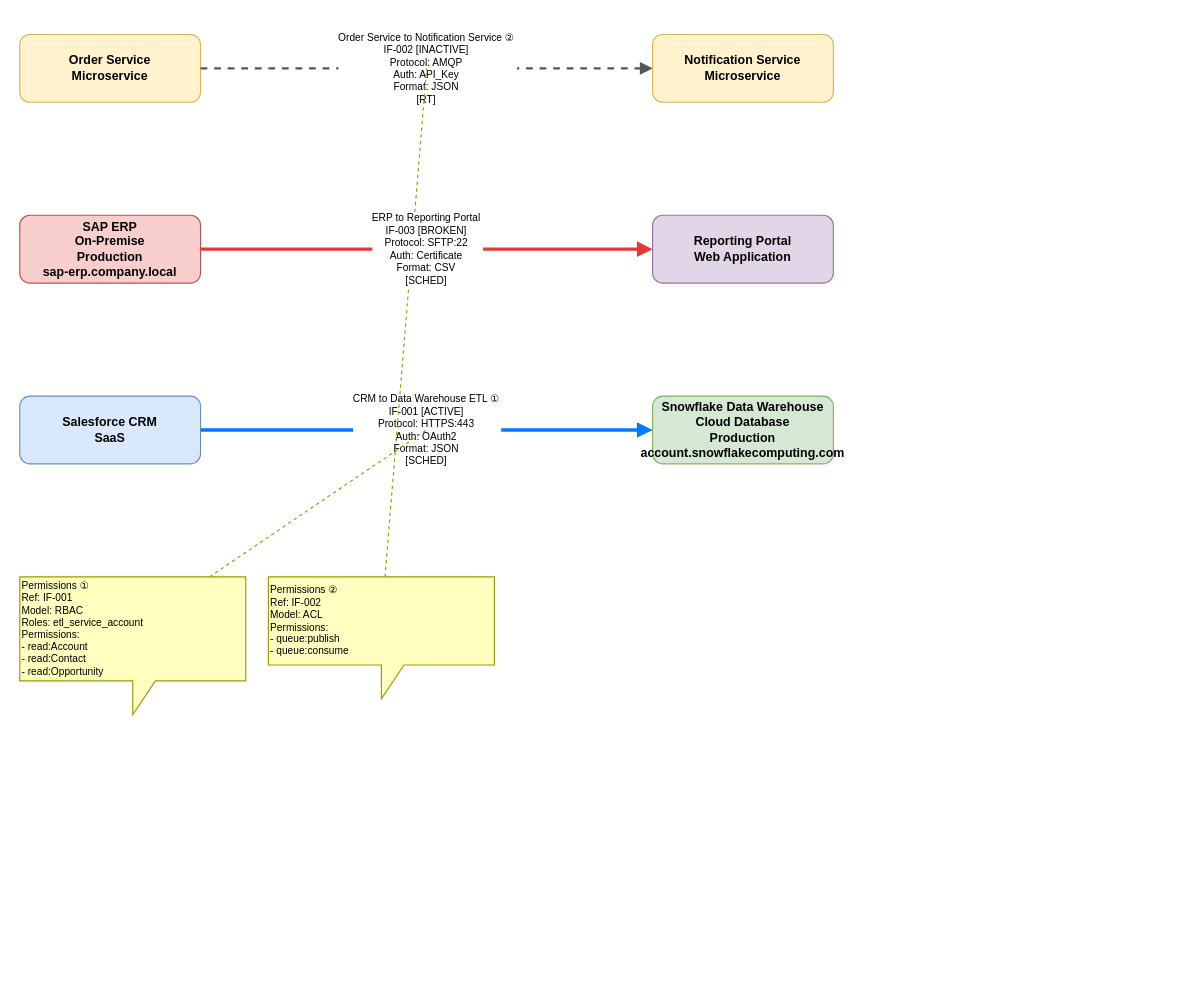
Above: interfaces.drawio in joshuamfrancis/Wikis (draw.io), before the change. Source tidied: cells renumbered, new cells numbered last; positions are measured from the earlier drawing's top-left corner, leaving out a move shared by most shapes. Both pictures are drawn from the tidied source at 113%, with x=0, y=0 at pixel (19, 34).
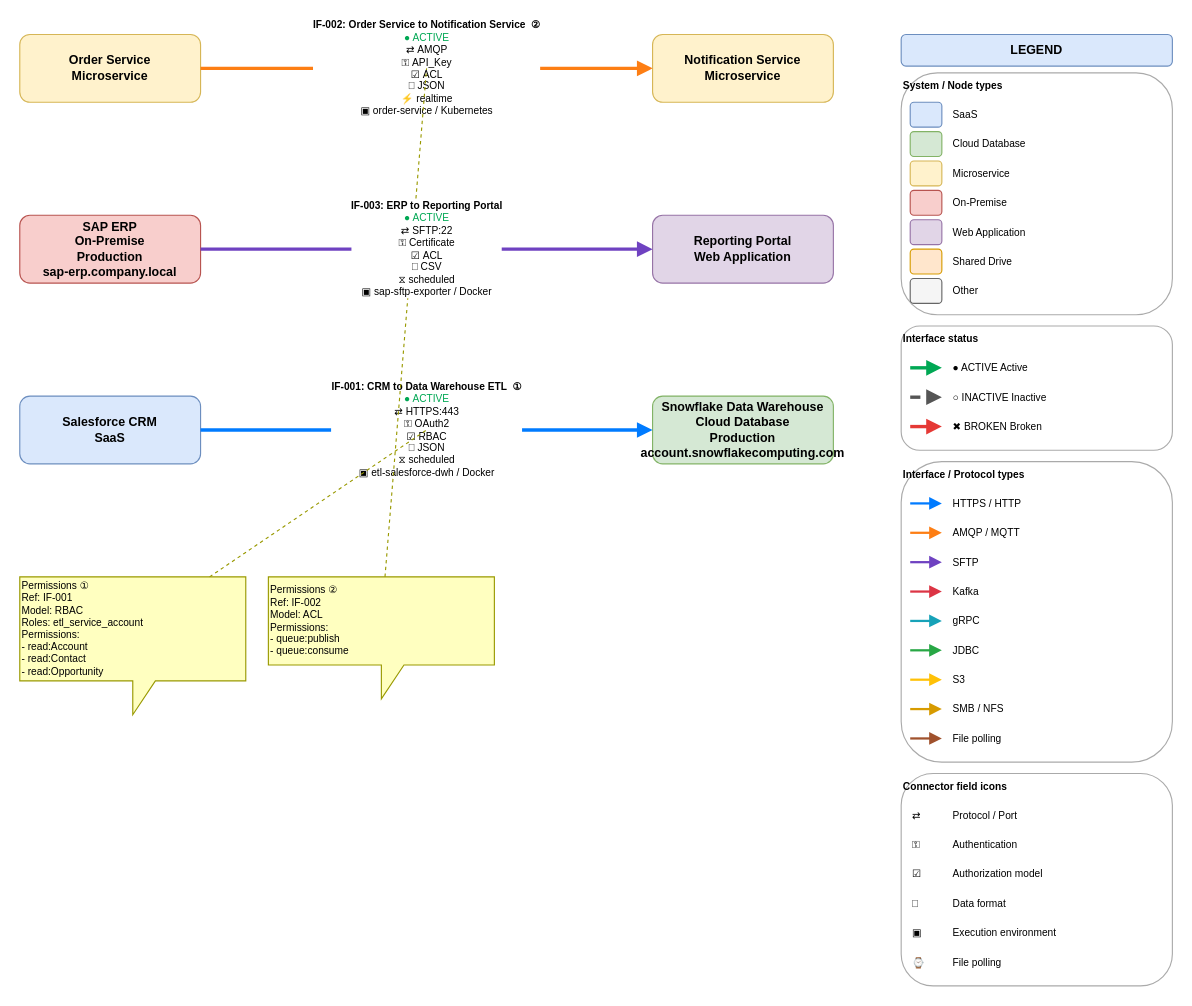
The same page after the edit.

The change refers to these unchanged cells:
```xml
<mxCell id="2" value="Salesforce CRM&#10;SaaS" style="rounded=1;whiteSpace=wrap;html=0;fillColor=#dae8fc;strokeColor=#6c8ebf;fontStyle=1;fontSize=11;" parent="1" vertex="1">
  <mxGeometry y="320" width="160" height="60" as="geometry" />
</mxCell>
<mxCell id="3" value="Snowflake Data Warehouse&#10;Cloud Database&#10;Production&#10;account.snowflakecomputing.com" style="rounded=1;whiteSpace=wrap;html=0;fillColor=#d5e8d4;strokeColor=#82b366;fontStyle=1;fontSize=11;" parent="1" vertex="1">
  <mxGeometry x="560" y="320" width="160" height="60" as="geometry" />
</mxCell>
<mxCell id="4" value="Order Service&#10;Microservice" style="rounded=1;whiteSpace=wrap;html=0;fillColor=#fff2cc;strokeColor=#d6b656;fontStyle=1;fontSize=11;" parent="1" vertex="1">
  <mxGeometry width="160" height="60" as="geometry" />
</mxCell>
<mxCell id="5" value="Notification Service&#10;Microservice" style="rounded=1;whiteSpace=wrap;html=0;fillColor=#fff2cc;strokeColor=#d6b656;fontStyle=1;fontSize=11;" parent="1" vertex="1">
  <mxGeometry x="560" width="160" height="60" as="geometry" />
</mxCell>
<mxCell id="6" value="SAP ERP&#10;On-Premise&#10;Production&#10;sap-erp.company.local" style="rounded=1;whiteSpace=wrap;html=0;fillColor=#f8cecc;strokeColor=#b85450;fontStyle=1;fontSize=11;" parent="1" vertex="1">
  <mxGeometry y="160" width="160" height="60" as="geometry" />
</mxCell>
<mxCell id="7" value="Reporting Portal&#10;Web Application" style="rounded=1;whiteSpace=wrap;html=0;fillColor=#e1d5e7;strokeColor=#9673a6;fontStyle=1;fontSize=11;" parent="1" vertex="1">
  <mxGeometry x="560" y="160" width="160" height="60" as="geometry" />
</mxCell>
```

Diff of the diagram source:
```diff
@@
-    <mxCell id="8" value="CRM to Data Warehouse ETL  ①&#10;IF-001  [ACTIVE]&#10;Protocol: HTTPS:443&#10;Auth: OAuth2&#10;Format: JSON&#10;[SCHED]" style="edgeStyle=orthogonalEdgeStyle;rounded=1;jettySize=auto;strokeColor=#007bff;strokeWidth=3;startArrow=none;endArrow=block;fontStyle=0;fontSize=9;" parent="1" edge="1" source="2" target="3">
+    <mxCell id="8" value="&lt;b&gt;IF-001: CRM to Data Warehouse ETL  ①&lt;/b&gt;&lt;br&gt;&lt;font color=&quot;#00a854&quot;&gt;● ACTIVE&lt;/font&gt;&lt;br&gt;⇄ HTTPS:443&lt;br&gt;⚿ OAuth2&lt;br&gt;☑ RBAC&lt;br&gt;⎕ JSON&lt;br&gt;⧖ scheduled&lt;br&gt;▣ etl-salesforce-dwh / Docker" style="edgeStyle=orthogonalEdgeStyle;rounded=1;jettySize=auto;html=1;strokeColor=#007bff;strokeWidth=3;startArrow=none;endArrow=block;fontStyle=0;fontSize=9;" parent="1" edge="1" source="2" target="3">
       <mxGeometry relative="1" as="geometry" />
     </mxCell>
@@
-    <mxCell id="11" value="Order Service to Notification Service  ②&#10;IF-002  [INACTIVE]&#10;Protocol: AMQP&#10;Auth: API_Key&#10;Format: JSON&#10;[RT]" style="edgeStyle=orthogonalEdgeStyle;rounded=1;jettySize=auto;strokeColor=#555555;strokeWidth=2;startArrow=none;endArrow=block;fontStyle=0;fontSize=9;dashed=1;" parent="1" edge="1" source="4" target="5">
+    <mxCell id="11" value="&lt;b&gt;IF-002: Order Service to Notification Service  ②&lt;/b&gt;&lt;br&gt;&lt;font color=&quot;#00a854&quot;&gt;● ACTIVE&lt;/font&gt;&lt;br&gt;⇄ AMQP&lt;br&gt;⚿ API_Key&lt;br&gt;☑ ACL&lt;br&gt;⎕ JSON&lt;br&gt;⚡ realtime&lt;br&gt;▣ order-service / Kubernetes" style="edgeStyle=orthogonalEdgeStyle;rounded=1;jettySize=auto;html=1;strokeColor=#fd7e14;strokeWidth=3;startArrow=none;endArrow=block;fontStyle=0;fontSize=9;" parent="1" edge="1" source="4" target="5">
       <mxGeometry relative="1" as="geometry" />
     </mxCell>
@@
-    <mxCell id="14" value="ERP to Reporting Portal&#10;IF-003  [BROKEN]&#10;Protocol: SFTP:22&#10;Auth: Certificate&#10;Format: CSV&#10;[SCHED]" style="edgeStyle=orthogonalEdgeStyle;rounded=1;jettySize=auto;strokeColor=#e53935;strokeWidth=3;startArrow=none;endArrow=block;fontStyle=0;fontSize=9;" parent="1" edge="1" source="6" target="7">
+    <mxCell id="14" value="&lt;b&gt;IF-003: ERP to Reporting Portal&lt;/b&gt;&lt;br&gt;&lt;font color=&quot;#00a854&quot;&gt;● ACTIVE&lt;/font&gt;&lt;br&gt;⇄ SFTP:22&lt;br&gt;⚿ Certificate&lt;br&gt;☑ ACL&lt;br&gt;⎕ CSV&lt;br&gt;⧖ scheduled&lt;br&gt;▣ sap-sftp-exporter / Docker" style="edgeStyle=orthogonalEdgeStyle;rounded=1;jettySize=auto;html=1;strokeColor=#6f42c1;strokeWidth=3;startArrow=none;endArrow=block;fontStyle=0;fontSize=9;" parent="1" edge="1" source="6" target="7">
       <mxGeometry relative="1" as="geometry" />
     </mxCell>
+    <mxCell id="15" value="LEGEND" style="rounded=1;whiteSpace=wrap;html=0;fillColor=#dae8fc;strokeColor=#6c8ebf;fontStyle=1;fontSize=11;verticalAlign=middle;align=center;" parent="1" vertex="1">
+      <mxGeometry x="780" width="240" height="28" as="geometry" />
+    </mxCell>
+    <mxCell id="16" value="System / Node types" style="rounded=1;whiteSpace=wrap;html=0;fillColor=#ffffff;strokeColor=#aaaaaa;verticalAlign=top;align=left;fontStyle=1;fontSize=9;" parent="1" vertex="1">
+      <mxGeometry x="780" y="34" width="240" height="214" as="geometry" />
+    </mxCell>
+    <mxCell id="17" style="rounded=1;whiteSpace=wrap;html=0;fillColor=#dae8fc;strokeColor=#6c8ebf;fontSize=8;" parent="16" vertex="1">
+      <mxGeometry x="8" y="26" width="28" height="22" as="geometry" />
+    </mxCell>
+    <mxCell id="18" value="SaaS" style="text;html=0;strokeColor=none;fillColor=none;align=left;verticalAlign=middle;fontSize=9;" parent="16" vertex="1">
+      <mxGeometry x="44" y="26" width="188" height="22" as="geometry" />
+    </mxCell>
+    <mxCell id="19" style="rounded=1;whiteSpace=wrap;html=0;fillColor=#d5e8d4;strokeColor=#82b366;fontSize=8;" parent="16" vertex="1">
+      <mxGeometry x="8" y="52" width="28" height="22" as="geometry" />
+    </mxCell>
+    <mxCell id="20" value="Cloud Database" style="text;html=0;strokeColor=none;fillColor=none;align=left;verticalAlign=middle;fontSize=9;" parent="16" vertex="1">
+      <mxGeometry x="44" y="52" width="188" height="22" as="geometry" />
+    </mxCell>
+    <mxCell id="21" style="rounded=1;whiteSpace=wrap;html=0;fillColor=#fff2cc;strokeColor=#d6b656;fontSize=8;" parent="16" vertex="1">
+      <mxGeometry x="8" y="78" width="28" height="22" as="geometry" />
+    </mxCell>
+    <mxCell id="22" value="Microservice" style="text;html=0;strokeColor=none;fillColor=none;align=left;verticalAlign=middle;fontSize=9;" parent="16" vertex="1">
+      <mxGeometry x="44" y="78" width="188" height="22" as="geometry" />
+    </mxCell>
+    <mxCell id="23" style="rounded=1;whiteSpace=wrap;html=0;fillColor=#f8cecc;strokeColor=#b85450;fontSize=8;" parent="16" vertex="1">
+      <mxGeometry x="8" y="104" width="28" height="22" as="geometry" />
+    </mxCell>
+    <mxCell id="24" value="On-Premise" style="text;html=0;strokeColor=none;fillColor=none;align=left;verticalAlign=middle;fontSize=9;" parent="16" vertex="1">
+      <mxGeometry x="44" y="104" width="188" height="22" as="geometry" />
+    </mxCell>
+    <mxCell id="25" style="rounded=1;whiteSpace=wrap;html=0;fillColor=#e1d5e7;strokeColor=#9673a6;fontSize=8;" parent="16" vertex="1">
+      <mxGeometry x="8" y="130" width="28" height="22" as="geometry" />
+    </mxCell>
+    <mxCell id="26" value="Web Application" style="text;html=0;strokeColor=none;fillColor=none;align=left;verticalAlign=middle;fontSize=9;" parent="16" vertex="1">
+      <mxGeometry x="44" y="130" width="188" height="22" as="geometry" />
+    </mxCell>
+    <mxCell id="27" style="rounded=1;whiteSpace=wrap;html=0;fillColor=#ffe6cc;strokeColor=#d79b00;fontSize=8;" parent="16" vertex="1">
+      <mxGeometry x="8" y="156" width="28" height="22" as="geometry" />
+    </mxCell>
+    <mxCell id="28" value="Shared Drive" style="text;html=0;strokeColor=none;fillColor=none;align=left;verticalAlign=middle;fontSize=9;" parent="16" vertex="1">
+      <mxGeometry x="44" y="156" width="188" height="22" as="geometry" />
+    </mxCell>
+    <mxCell id="29" style="rounded=1;whiteSpace=wrap;html=0;fillColor=#f5f5f5;strokeColor=#666666;fontSize=8;" parent="16" vertex="1">
+      <mxGeometry x="8" y="182" width="28" height="22" as="geometry" />
+    </mxCell>
+    <mxCell id="30" value="Other" style="text;html=0;strokeColor=none;fillColor=none;align=left;verticalAlign=middle;fontSize=9;" parent="16" vertex="1">
+      <mxGeometry x="44" y="182" width="188" height="22" as="geometry" />
+    </mxCell>
+    <mxCell id="31" value="Interface status" style="rounded=1;whiteSpace=wrap;html=0;fillColor=#ffffff;strokeColor=#aaaaaa;verticalAlign=top;align=left;fontStyle=1;fontSize=9;" parent="1" vertex="1">
+      <mxGeometry x="780" y="258" width="240" height="110" as="geometry" />
+    </mxCell>
+    <mxCell id="32" style="endArrow=block;startArrow=none;html=0;strokeColor=#00a854;strokeWidth=3;" parent="31" edge="1">
+      <mxGeometry relative="1" as="geometry">
+        <mxPoint x="8" y="37" as="sourcePoint" />
+        <mxPoint x="36" y="37" as="targetPoint" />
+      </mxGeometry>
+    </mxCell>
+    <mxCell id="33" value="● ACTIVE Active" style="text;html=0;strokeColor=none;fillColor=none;align=left;verticalAlign=middle;fontSize=9;" parent="31" vertex="1">
+      <mxGeometry x="44" y="26" width="188" height="22" as="geometry" />
+    </mxCell>
+    <mxCell id="34" style="endArrow=block;startArrow=none;html=0;strokeColor=#555555;strokeWidth=3;dashed=1;" parent="31" edge="1">
+      <mxGeometry relative="1" as="geometry">
+        <mxPoint x="8" y="63" as="sourcePoint" />
+        <mxPoint x="36" y="63" as="targetPoint" />
+      </mxGeometry>
+    </mxCell>
+    <mxCell id="35" value="○ INACTIVE Inactive" style="text;html=0;strokeColor=none;fillColor=none;align=left;verticalAlign=middle;fontSize=9;" parent="31" vertex="1">
+      <mxGeometry x="44" y="52" width="188" height="22" as="geometry" />
+    </mxCell>
+    <mxCell id="36" style="endArrow=block;startArrow=none;html=0;strokeColor=#e53935;strokeWidth=3;" parent="31" edge="1">
+      <mxGeometry relative="1" as="geometry">
+        <mxPoint x="8" y="89" as="sourcePoint" />
+        <mxPoint x="36" y="89" as="targetPoint" />
+      </mxGeometry>
+    </mxCell>
+    <mxCell id="37" value="✖ BROKEN Broken" style="text;html=0;strokeColor=none;fillColor=none;align=left;verticalAlign=middle;fontSize=9;" parent="31" vertex="1">
+      <mxGeometry x="44" y="78" width="188" height="22" as="geometry" />
+    </mxCell>
+    <mxCell id="38" value="Interface / Protocol types" style="rounded=1;whiteSpace=wrap;html=0;fillColor=#ffffff;strokeColor=#aaaaaa;verticalAlign=top;align=left;fontStyle=1;fontSize=9;" parent="1" vertex="1">
+      <mxGeometry x="780" y="378" width="240" height="266" as="geometry" />
+    </mxCell>
+    <mxCell id="39" style="endArrow=block;startArrow=none;html=0;strokeColor=#007bff;strokeWidth=2;" parent="38" edge="1">
+      <mxGeometry relative="1" as="geometry">
+        <mxPoint x="8" y="37" as="sourcePoint" />
+        <mxPoint x="36" y="37" as="targetPoint" />
+      </mxGeometry>
+    </mxCell>
+    <mxCell id="40" value="HTTPS / HTTP" style="text;html=0;strokeColor=none;fillColor=none;align=left;verticalAlign=middle;fontSize=9;" parent="38" vertex="1">
+      <mxGeometry x="44" y="26" width="188" height="22" as="geometry" />
+    </mxCell>
+    <mxCell id="41" style="endArrow=block;startArrow=none;html=0;strokeColor=#fd7e14;strokeWidth=2;" parent="38" edge="1">
+      <mxGeometry relative="1" as="geometry">
+        <mxPoint x="8" y="63" as="sourcePoint" />
+        <mxPoint x="36" y="63" as="targetPoint" />
+      </mxGeometry>
+    </mxCell>
+    <mxCell id="42" value="AMQP / MQTT" style="text;html=0;strokeColor=none;fillColor=none;align=left;verticalAlign=middle;fontSize=9;" parent="38" vertex="1">
+      <mxGeometry x="44" y="52" width="188" height="22" as="geometry" />
+    </mxCell>
+    <mxCell id="43" style="endArrow=block;startArrow=none;html=0;strokeColor=#6f42c1;strokeWidth=2;" parent="38" edge="1">
+      <mxGeometry relative="1" as="geometry">
+        <mxPoint x="8" y="89" as="sourcePoint" />
+        <mxPoint x="36" y="89" as="targetPoint" />
+      </mxGeometry>
+    </mxCell>
+    <mxCell id="44" value="SFTP" style="text;html=0;strokeColor=none;fillColor=none;align=left;verticalAlign=middle;fontSize=9;" parent="38" vertex="1">
+      <mxGeometry x="44" y="78" width="188" height="22" as="geometry" />
+    </mxCell>
+    <mxCell id="45" style="endArrow=block;startArrow=none;html=0;strokeColor=#dc3545;strokeWidth=2;" parent="38" edge="1">
+      <mxGeometry relative="1" as="geometry">
+        <mxPoint x="8" y="115" as="sourcePoint" />
+        <mxPoint x="36" y="115" as="targetPoint" />
+      </mxGeometry>
+    </mxCell>
+    <mxCell id="46" value="Kafka" style="text;html=0;strokeColor=none;fillColor=none;align=left;verticalAlign=middle;fontSize=9;" parent="38" vertex="1">
+      <mxGeometry x="44" y="104" width="188" height="22" as="geometry" />
+    </mxCell>
+    <mxCell id="47" style="endArrow=block;startArrow=none;html=0;strokeColor=#17a2b8;strokeWidth=2;" parent="38" edge="1">
+      <mxGeometry relative="1" as="geometry">
+        <mxPoint x="8" y="141" as="sourcePoint" />
+        <mxPoint x="36" y="141" as="targetPoint" />
+      </mxGeometry>
+    </mxCell>
+    <mxCell id="48" value="gRPC" style="text;html=0;strokeColor=none;fillColor=none;align=left;verticalAlign=middle;fontSize=9;" parent="38" vertex="1">
+      <mxGeometry x="44" y="130" width="188" height="22" as="geometry" />
+    </mxCell>
+    <mxCell id="49" style="endArrow=block;startArrow=none;html=0;strokeColor=#28a745;strokeWidth=2;" parent="38" edge="1">
+      <mxGeometry relative="1" as="geometry">
+        <mxPoint x="8" y="167" as="sourcePoint" />
+        <mxPoint x="36" y="167" as="targetPoint" />
+      </mxGeometry>
+    </mxCell>
+    <mxCell id="50" value="JDBC" style="text;html=0;strokeColor=none;fillColor=none;align=left;verticalAlign=middle;fontSize=9;" parent="38" vertex="1">
+      <mxGeometry x="44" y="156" width="188" height="22" as="geometry" />
+    </mxCell>
+    <mxCell id="51" style="endArrow=block;startArrow=none;html=0;strokeColor=#ffc107;strokeWidth=2;" parent="38" edge="1">
+      <mxGeometry relative="1" as="geometry">
+        <mxPoint x="8" y="193" as="sourcePoint" />
+        <mxPoint x="36" y="193" as="targetPoint" />
+      </mxGeometry>
+    </mxCell>
+    <mxCell id="52" value="S3" style="text;html=0;strokeColor=none;fillColor=none;align=left;verticalAlign=middle;fontSize=9;" parent="38" vertex="1">
+      <mxGeometry x="44" y="182" width="188" height="22" as="geometry" />
+    </mxCell>
+    <mxCell id="53" style="endArrow=block;startArrow=none;html=0;strokeColor=#d79b00;strokeWidth=2;" parent="38" edge="1">
+      <mxGeometry relative="1" as="geometry">
+        <mxPoint x="8" y="219" as="sourcePoint" />
+        <mxPoint x="36" y="219" as="targetPoint" />
+      </mxGeometry>
+    </mxCell>
+    <mxCell id="54" value="SMB / NFS" style="text;html=0;strokeColor=none;fillColor=none;align=left;verticalAlign=middle;fontSize=9;" parent="38" vertex="1">
+      <mxGeometry x="44" y="208" width="188" height="22" as="geometry" />
+    </mxCell>
+    <mxCell id="55" style="endArrow=block;startArrow=none;html=0;strokeColor=#a0522d;strokeWidth=2;" parent="38" edge="1">
+      <mxGeometry relative="1" as="geometry">
+        <mxPoint x="8" y="245" as="sourcePoint" />
+        <mxPoint x="36" y="245" as="targetPoint" />
+      </mxGeometry>
+    </mxCell>
+    <mxCell id="56" value="File polling" style="text;html=0;strokeColor=none;fillColor=none;align=left;verticalAlign=middle;fontSize=9;" parent="38" vertex="1">
+      <mxGeometry x="44" y="234" width="188" height="22" as="geometry" />
+    </mxCell>
+    <mxCell id="57" value="Connector field icons" style="rounded=1;whiteSpace=wrap;html=0;fillColor=#ffffff;strokeColor=#aaaaaa;verticalAlign=top;align=left;fontStyle=1;fontSize=9;" parent="1" vertex="1">
+      <mxGeometry x="780" y="654" width="240" height="188" as="geometry" />
+    </mxCell>
+    <mxCell id="58" value="⇄" style="text;html=0;strokeColor=none;fillColor=none;align=left;verticalAlign=middle;fontSize=9;" parent="57" vertex="1">
+      <mxGeometry x="8" y="26" width="28" height="22" as="geometry" />
+    </mxCell>
+    <mxCell id="59" value="Protocol / Port" style="text;html=0;strokeColor=none;fillColor=none;align=left;verticalAlign=middle;fontSize=9;" parent="57" vertex="1">
+      <mxGeometry x="44" y="26" width="188" height="22" as="geometry" />
+    </mxCell>
+    <mxCell id="60" value="⚿" style="text;html=0;strokeColor=none;fillColor=none;align=left;verticalAlign=middle;fontSize=9;" parent="57" vertex="1">
+      <mxGeometry x="8" y="52" width="28" height="22" as="geometry" />
+    </mxCell>
+    <mxCell id="61" value="Authentication" style="text;html=0;strokeColor=none;fillColor=none;align=left;verticalAlign=middle;fontSize=9;" parent="57" vertex="1">
+      <mxGeometry x="44" y="52" width="188" height="22" as="geometry" />
+    </mxCell>
+    <mxCell id="62" value="☑" style="text;html=0;strokeColor=none;fillColor=none;align=left;verticalAlign=middle;fontSize=9;" parent="57" vertex="1">
+      <mxGeometry x="8" y="78" width="28" height="22" as="geometry" />
+    </mxCell>
+    <mxCell id="63" value="Authorization model" style="text;html=0;strokeColor=none;fillColor=none;align=left;verticalAlign=middle;fontSize=9;" parent="57" vertex="1">
+      <mxGeometry x="44" y="78" width="188" height="22" as="geometry" />
+    </mxCell>
+    <mxCell id="64" value="⎕" style="text;html=0;strokeColor=none;fillColor=none;align=left;verticalAlign=middle;fontSize=9;" parent="57" vertex="1">
+      <mxGeometry x="8" y="104" width="28" height="22" as="geometry" />
+    </mxCell>
+    <mxCell id="65" value="Data format" style="text;html=0;strokeColor=none;fillColor=none;align=left;verticalAlign=middle;fontSize=9;" parent="57" vertex="1">
+      <mxGeometry x="44" y="104" width="188" height="22" as="geometry" />
+    </mxCell>
+    <mxCell id="66" value="▣" style="text;html=0;strokeColor=none;fillColor=none;align=left;verticalAlign=middle;fontSize=9;" parent="57" vertex="1">
+      <mxGeometry x="8" y="130" width="28" height="22" as="geometry" />
+    </mxCell>
+    <mxCell id="67" value="Execution environment" style="text;html=0;strokeColor=none;fillColor=none;align=left;verticalAlign=middle;fontSize=9;" parent="57" vertex="1">
+      <mxGeometry x="44" y="130" width="188" height="22" as="geometry" />
+    </mxCell>
+    <mxCell id="68" value="⌚" style="text;html=0;strokeColor=none;fillColor=none;align=left;verticalAlign=middle;fontSize=9;" parent="57" vertex="1">
+      <mxGeometry x="8" y="156" width="28" height="22" as="geometry" />
+    </mxCell>
+    <mxCell id="69" value="File polling" style="text;html=0;strokeColor=none;fillColor=none;align=left;verticalAlign=middle;fontSize=9;" parent="57" vertex="1">
+      <mxGeometry x="44" y="156" width="188" height="22" as="geometry" />
+    </mxCell>
```
